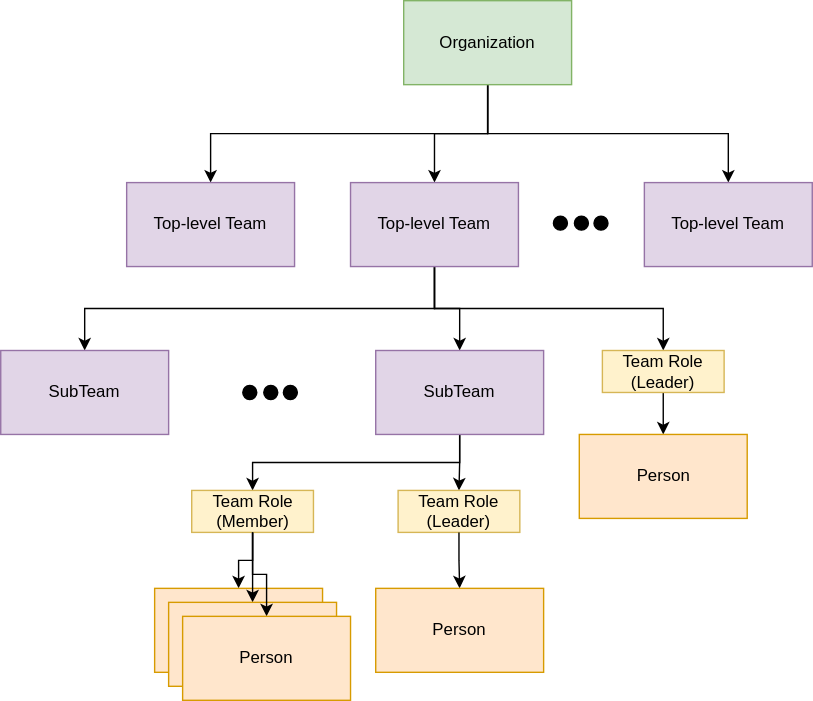
This is site/docs/features/people-roles-organizations/organization-structure.svg from odpi/egeria-docs, a draw.io export, as it was before one commit. Source tidied: cells renumbered, new cells last; positions are measured from the earlier drawing's top-left corner, leaving out a move shared by most shapes. Its diagram source:
```xml
<mxGraphModel>
  <root>
    <mxCell id="0" />
    <mxCell id="1" parent="0" />
    <mxCell id="2" style="edgeStyle=orthogonalEdgeStyle;rounded=0;jettySize=auto;html=1;exitX=0.5;exitY=1;exitDx=0;exitDy=0;" parent="1" edge="1" source="5" target="6">
      <mxGeometry relative="1" as="geometry" />
    </mxCell>
    <mxCell id="3" style="edgeStyle=orthogonalEdgeStyle;rounded=0;jettySize=auto;html=1;exitX=0.5;exitY=1;exitDx=0;exitDy=0;" parent="1" edge="1" source="5" target="10">
      <mxGeometry relative="1" as="geometry" />
    </mxCell>
    <mxCell id="4" style="edgeStyle=orthogonalEdgeStyle;rounded=0;jettySize=auto;html=1;exitX=0.5;exitY=1;exitDx=0;exitDy=0;" parent="1" edge="1" source="5" target="11">
      <mxGeometry relative="1" as="geometry" />
    </mxCell>
    <mxCell id="5" value="Organization" style="rounded=0;whiteSpace=wrap;html=1;fillColor=#d5e8d4;strokeColor=#82b366;" parent="1" vertex="1">
      <mxGeometry x="288" width="120" height="60" as="geometry" />
    </mxCell>
    <mxCell id="6" value="Top-level Team" style="rounded=0;whiteSpace=wrap;html=1;fillColor=#e1d5e7;strokeColor=#9673a6;" parent="1" vertex="1">
      <mxGeometry x="90" y="130" width="120" height="60" as="geometry" />
    </mxCell>
    <mxCell id="7" style="edgeStyle=orthogonalEdgeStyle;rounded=0;jettySize=auto;html=1;exitX=0.5;exitY=1;exitDx=0;exitDy=0;" parent="1" edge="1" source="10" target="14">
      <mxGeometry relative="1" as="geometry">
        <Array as="points">
          <mxPoint x="310" y="220" />
          <mxPoint x="60" y="220" />
        </Array>
      </mxGeometry>
    </mxCell>
    <mxCell id="8" style="edgeStyle=orthogonalEdgeStyle;rounded=0;jettySize=auto;html=1;exitX=0.5;exitY=1;exitDx=0;exitDy=0;entryX=0.5;entryY=0;entryDx=0;entryDy=0;" parent="1" edge="1" source="10" target="17">
      <mxGeometry relative="1" as="geometry">
        <Array as="points">
          <mxPoint x="310" y="220" />
          <mxPoint x="328" y="220" />
        </Array>
      </mxGeometry>
    </mxCell>
    <mxCell id="9" style="edgeStyle=orthogonalEdgeStyle;rounded=0;jettySize=auto;html=1;exitX=0.5;exitY=1;exitDx=0;exitDy=0;" parent="1" edge="1" source="10" target="13">
      <mxGeometry relative="1" as="geometry" />
    </mxCell>
    <mxCell id="10" value="Top-level Team" style="rounded=0;whiteSpace=wrap;html=1;fillColor=#e1d5e7;strokeColor=#9673a6;" parent="1" vertex="1">
      <mxGeometry x="250" y="130" width="120" height="60" as="geometry" />
    </mxCell>
    <mxCell id="11" value="Top-level Team" style="rounded=0;whiteSpace=wrap;html=1;fillColor=#e1d5e7;strokeColor=#9673a6;" parent="1" vertex="1">
      <mxGeometry x="460" y="130" width="120" height="60" as="geometry" />
    </mxCell>
    <mxCell id="12" style="edgeStyle=orthogonalEdgeStyle;rounded=0;jettySize=auto;html=1;exitX=0.5;exitY=1;exitDx=0;exitDy=0;" parent="1" edge="1" source="13" target="18">
      <mxGeometry relative="1" as="geometry" />
    </mxCell>
    <mxCell id="13" value="Team Role&lt;br&gt;(Leader)" style="rounded=0;whiteSpace=wrap;html=1;fillColor=#fff2cc;strokeColor=#d6b656;" parent="1" vertex="1">
      <mxGeometry x="430" y="250" width="87" height="30" as="geometry" />
    </mxCell>
    <mxCell id="14" value="SubTeam" style="rounded=0;whiteSpace=wrap;html=1;fillColor=#e1d5e7;strokeColor=#9673a6;" parent="1" vertex="1">
      <mxGeometry y="250" width="120" height="60" as="geometry" />
    </mxCell>
    <mxCell id="15" style="edgeStyle=orthogonalEdgeStyle;rounded=0;jettySize=auto;html=1;exitX=0.5;exitY=1;exitDx=0;exitDy=0;" parent="1" edge="1" source="17" target="20">
      <mxGeometry relative="1" as="geometry" />
    </mxCell>
    <mxCell id="16" style="edgeStyle=orthogonalEdgeStyle;rounded=0;jettySize=auto;html=1;exitX=0.5;exitY=1;exitDx=0;exitDy=0;" parent="1" edge="1" source="17" target="19">
      <mxGeometry relative="1" as="geometry" />
    </mxCell>
    <mxCell id="17" value="SubTeam" style="rounded=0;whiteSpace=wrap;html=1;fillColor=#e1d5e7;strokeColor=#9673a6;" parent="1" vertex="1">
      <mxGeometry x="268" y="250" width="120" height="60" as="geometry" />
    </mxCell>
    <mxCell id="18" value="Person" style="rounded=0;whiteSpace=wrap;html=1;fillColor=#ffe6cc;strokeColor=#d79b00;" parent="1" vertex="1">
      <mxGeometry x="413.5" y="310" width="120" height="60" as="geometry" />
    </mxCell>
    <mxCell id="19" value="Team Role&lt;br&gt;(Member)" style="rounded=0;whiteSpace=wrap;html=1;fillColor=#fff2cc;strokeColor=#d6b656;" parent="1" vertex="1">
      <mxGeometry x="136.5" y="350" width="87" height="30" as="geometry" />
    </mxCell>
    <mxCell id="20" value="Team Role&lt;br&gt;(Leader)" style="rounded=0;whiteSpace=wrap;html=1;fillColor=#fff2cc;strokeColor=#d6b656;" parent="1" vertex="1">
      <mxGeometry x="284" y="350" width="87" height="30" as="geometry" />
    </mxCell>
    <mxCell id="21" style="edgeStyle=orthogonalEdgeStyle;rounded=0;jettySize=auto;html=1;" parent="1" edge="1" source="20" target="22">
      <mxGeometry relative="1" as="geometry" />
    </mxCell>
    <mxCell id="22" value="Person" style="rounded=0;whiteSpace=wrap;html=1;fillColor=#ffe6cc;strokeColor=#d79b00;" parent="1" vertex="1">
      <mxGeometry x="268" y="420" width="120" height="60" as="geometry" />
    </mxCell>
    <mxCell id="23" style="edgeStyle=orthogonalEdgeStyle;rounded=0;jettySize=auto;html=1;" parent="1" edge="1" source="19" target="24">
      <mxGeometry relative="1" as="geometry" />
    </mxCell>
    <mxCell id="24" value="Person" style="rounded=0;whiteSpace=wrap;html=1;fillColor=#ffe6cc;strokeColor=#d79b00;" parent="1" vertex="1">
      <mxGeometry x="110" y="420" width="120" height="60" as="geometry" />
    </mxCell>
    <mxCell id="25" style="edgeStyle=orthogonalEdgeStyle;rounded=0;jettySize=auto;html=1;" parent="1" edge="1" source="19" target="26">
      <mxGeometry relative="1" as="geometry" />
    </mxCell>
    <mxCell id="26" value="Person" style="rounded=0;whiteSpace=wrap;html=1;fillColor=#ffe6cc;strokeColor=#d79b00;" parent="1" vertex="1">
      <mxGeometry x="120" y="430" width="120" height="60" as="geometry" />
    </mxCell>
    <mxCell id="27" style="edgeStyle=orthogonalEdgeStyle;rounded=0;jettySize=auto;html=1;" parent="1" edge="1" source="19" target="28">
      <mxGeometry relative="1" as="geometry" />
    </mxCell>
    <mxCell id="28" value="Person" style="rounded=0;whiteSpace=wrap;html=1;fillColor=#ffe6cc;strokeColor=#d79b00;" parent="1" vertex="1">
      <mxGeometry x="130" y="440" width="120" height="60" as="geometry" />
    </mxCell>
    <mxCell id="29" style="group;" parent="1" vertex="1">
      <mxGeometry x="395" y="154" width="39" height="10" as="geometry" />
    </mxCell>
    <mxCell id="30" style="ellipse;whiteSpace=wrap;html=1;fillColor=#000000;" parent="29" vertex="1">
      <mxGeometry width="10" height="10" as="geometry" />
    </mxCell>
    <mxCell id="31" style="ellipse;whiteSpace=wrap;html=1;fillColor=#000000;" parent="29" vertex="1">
      <mxGeometry x="15" width="10" height="10" as="geometry" />
    </mxCell>
    <mxCell id="32" style="ellipse;whiteSpace=wrap;html=1;fillColor=#000000;" parent="29" vertex="1">
      <mxGeometry x="29" width="10" height="10" as="geometry" />
    </mxCell>
    <mxCell id="33" style="group;" parent="1" vertex="1">
      <mxGeometry x="173" y="275" width="39" height="10" as="geometry" />
    </mxCell>
    <mxCell id="34" style="ellipse;whiteSpace=wrap;html=1;fillColor=#000000;" parent="33" vertex="1">
      <mxGeometry width="10" height="10" as="geometry" />
    </mxCell>
    <mxCell id="35" style="ellipse;whiteSpace=wrap;html=1;fillColor=#000000;" parent="33" vertex="1">
      <mxGeometry x="15" width="10" height="10" as="geometry" />
    </mxCell>
    <mxCell id="36" style="ellipse;whiteSpace=wrap;html=1;fillColor=#000000;" parent="33" vertex="1">
      <mxGeometry x="29" width="10" height="10" as="geometry" />
    </mxCell>
  </root>
</mxGraphModel>
```
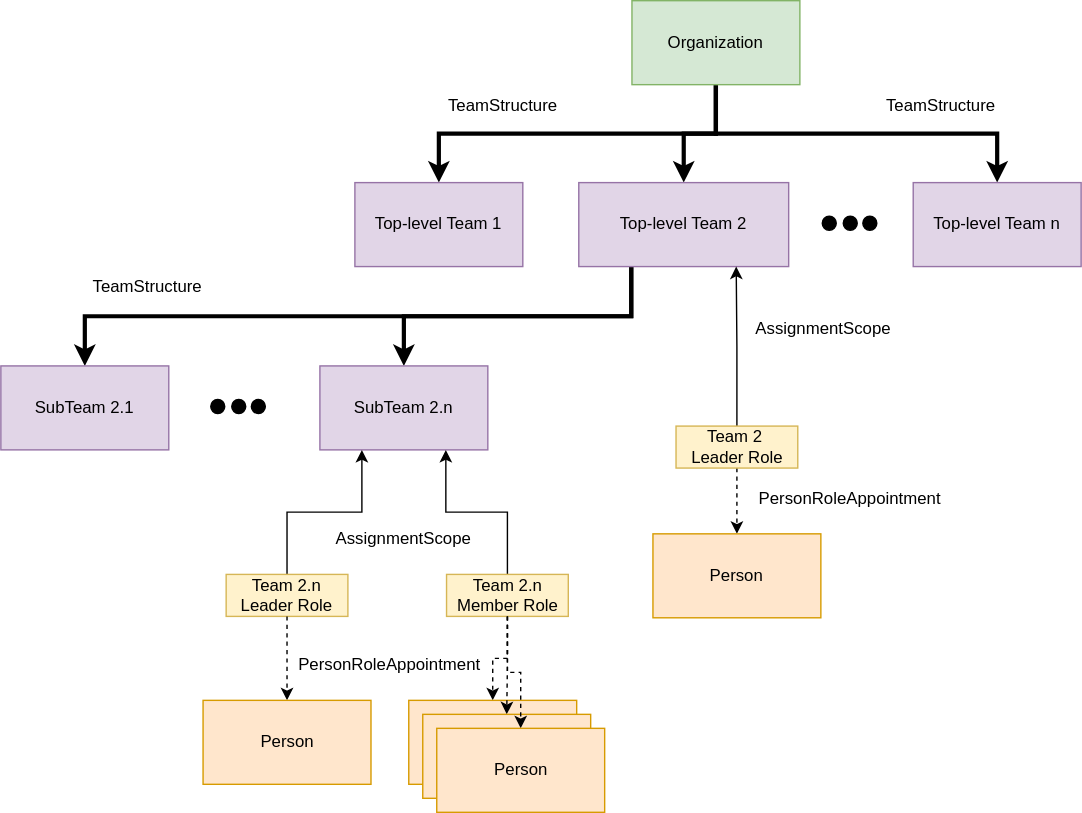
After the change.

Change to the diagram source:
```diff
@@ -2,99 +2,89 @@
   <root>
     <mxCell id="0" />
     <mxCell id="1" parent="0" />
-    <mxCell id="2" style="edgeStyle=orthogonalEdgeStyle;rounded=0;jettySize=auto;html=1;exitX=0.5;exitY=1;exitDx=0;exitDy=0;" parent="1" edge="1" source="5" target="6">
+    <mxCell id="2" style="edgeStyle=orthogonalEdgeStyle;rounded=0;jettySize=auto;html=1;exitX=0.5;exitY=1;exitDx=0;exitDy=0;strokeWidth=3;" parent="1" edge="1" source="5" target="6">
       <mxGeometry relative="1" as="geometry" />
     </mxCell>
-    <mxCell id="3" style="edgeStyle=orthogonalEdgeStyle;rounded=0;jettySize=auto;html=1;exitX=0.5;exitY=1;exitDx=0;exitDy=0;" parent="1" edge="1" source="5" target="10">
+    <mxCell id="3" style="edgeStyle=orthogonalEdgeStyle;rounded=0;jettySize=auto;html=1;exitX=0.5;exitY=1;exitDx=0;exitDy=0;strokeWidth=3;" parent="1" edge="1" source="5" target="9">
       <mxGeometry relative="1" as="geometry" />
     </mxCell>
-    <mxCell id="4" style="edgeStyle=orthogonalEdgeStyle;rounded=0;jettySize=auto;html=1;exitX=0.5;exitY=1;exitDx=0;exitDy=0;" parent="1" edge="1" source="5" target="11">
+    <mxCell id="4" style="edgeStyle=orthogonalEdgeStyle;rounded=0;jettySize=auto;html=1;exitX=0.5;exitY=1;exitDx=0;exitDy=0;strokeWidth=3;" parent="1" edge="1" source="5" target="10">
       <mxGeometry relative="1" as="geometry" />
     </mxCell>
     <mxCell id="5" value="Organization" style="rounded=0;whiteSpace=wrap;html=1;fillColor=#d5e8d4;strokeColor=#82b366;" parent="1" vertex="1">
       <mxGeometry x="288" width="120" height="60" as="geometry" />
     </mxCell>
-    <mxCell id="6" value="Top-level Team" style="rounded=0;whiteSpace=wrap;html=1;fillColor=#e1d5e7;strokeColor=#9673a6;" parent="1" vertex="1">
+    <mxCell id="6" value="Top-level Team 1" style="rounded=0;whiteSpace=wrap;html=1;fillColor=#e1d5e7;strokeColor=#9673a6;" parent="1" vertex="1">
       <mxGeometry x="90" y="130" width="120" height="60" as="geometry" />
     </mxCell>
-    <mxCell id="7" style="edgeStyle=orthogonalEdgeStyle;rounded=0;jettySize=auto;html=1;exitX=0.5;exitY=1;exitDx=0;exitDy=0;" parent="1" edge="1" source="10" target="14">
-      <mxGeometry relative="1" as="geometry">
-        <Array as="points">
-          <mxPoint x="310" y="220" />
-          <mxPoint x="60" y="220" />
-        </Array>
-      </mxGeometry>
+    <mxCell id="7" style="edgeStyle=orthogonalEdgeStyle;rounded=0;jettySize=auto;html=1;exitX=0.25;exitY=1;exitDx=0;exitDy=0;entryX=0.5;entryY=0;entryDx=0;entryDy=0;strokeWidth=3;" parent="1" edge="1" source="9" target="15">
+      <mxGeometry relative="1" as="geometry" />
     </mxCell>
-    <mxCell id="8" style="edgeStyle=orthogonalEdgeStyle;rounded=0;jettySize=auto;html=1;exitX=0.5;exitY=1;exitDx=0;exitDy=0;entryX=0.5;entryY=0;entryDx=0;entryDy=0;" parent="1" edge="1" source="10" target="17">
-      <mxGeometry relative="1" as="geometry">
-        <Array as="points">
-          <mxPoint x="310" y="220" />
-          <mxPoint x="328" y="220" />
-        </Array>
-      </mxGeometry>
+    <mxCell id="8" style="edgeStyle=orthogonalEdgeStyle;rounded=0;jettySize=auto;html=1;exitX=0.25;exitY=1;exitDx=0;exitDy=0;entryX=0.5;entryY=0;entryDx=0;entryDy=0;strokeWidth=3;" parent="1" edge="1" source="9" target="14">
+      <mxGeometry relative="1" as="geometry" />
     </mxCell>
-    <mxCell id="9" style="edgeStyle=orthogonalEdgeStyle;rounded=0;jettySize=auto;html=1;exitX=0.5;exitY=1;exitDx=0;exitDy=0;" parent="1" edge="1" source="10" target="13">
-      <mxGeometry relative="1" as="geometry" />
+    <mxCell id="9" value="Top-level Team 2" style="rounded=0;whiteSpace=wrap;html=1;fillColor=#e1d5e7;strokeColor=#9673a6;" parent="1" vertex="1">
+      <mxGeometry x="250" y="130" width="150" height="60" as="geometry" />
     </mxCell>
-    <mxCell id="10" value="Top-level Team" style="rounded=0;whiteSpace=wrap;html=1;fillColor=#e1d5e7;strokeColor=#9673a6;" parent="1" vertex="1">
-      <mxGeometry x="250" y="130" width="120" height="60" as="geometry" />
+    <mxCell id="10" value="Top-level Team n" style="rounded=0;whiteSpace=wrap;html=1;fillColor=#e1d5e7;strokeColor=#9673a6;" parent="1" vertex="1">
+      <mxGeometry x="489" y="130" width="120" height="60" as="geometry" />
     </mxCell>
-    <mxCell id="11" value="Top-level Team" style="rounded=0;whiteSpace=wrap;html=1;fillColor=#e1d5e7;strokeColor=#9673a6;" parent="1" vertex="1">
-      <mxGeometry x="460" y="130" width="120" height="60" as="geometry" />
+    <mxCell id="11" style="edgeStyle=orthogonalEdgeStyle;rounded=0;jettySize=auto;html=1;exitX=0.5;exitY=0;exitDx=0;exitDy=0;entryX=0.75;entryY=1;entryDx=0;entryDy=0;" parent="1" edge="1" source="13" target="9">
+      <mxGeometry relative="1" as="geometry" />
     </mxCell>
-    <mxCell id="12" style="edgeStyle=orthogonalEdgeStyle;rounded=0;jettySize=auto;html=1;exitX=0.5;exitY=1;exitDx=0;exitDy=0;" parent="1" edge="1" source="13" target="18">
+    <mxCell id="12" style="edgeStyle=orthogonalEdgeStyle;rounded=0;jettySize=auto;html=1;exitX=0.5;exitY=1;exitDx=0;exitDy=0;dashed=1;" parent="1" edge="1" source="13" target="16">
       <mxGeometry relative="1" as="geometry" />
     </mxCell>
-    <mxCell id="13" value="Team Role&lt;br&gt;(Leader)" style="rounded=0;whiteSpace=wrap;html=1;fillColor=#fff2cc;strokeColor=#d6b656;" parent="1" vertex="1">
-      <mxGeometry x="430" y="250" width="87" height="30" as="geometry" />
+    <mxCell id="13" value="Team 2&amp;nbsp;&lt;div&gt;Leader Role&lt;/div&gt;" style="rounded=0;whiteSpace=wrap;html=1;fillColor=#fff2cc;strokeColor=#d6b656;" parent="1" vertex="1">
+      <mxGeometry x="319.5" y="304" width="87" height="30" as="geometry" />
     </mxCell>
-    <mxCell id="14" value="SubTeam" style="rounded=0;whiteSpace=wrap;html=1;fillColor=#e1d5e7;strokeColor=#9673a6;" parent="1" vertex="1">
-      <mxGeometry y="250" width="120" height="60" as="geometry" />
+    <mxCell id="14" value="SubTeam 2.1" style="rounded=0;whiteSpace=wrap;html=1;fillColor=#e1d5e7;strokeColor=#9673a6;" parent="1" vertex="1">
+      <mxGeometry x="-163" y="261" width="120" height="60" as="geometry" />
     </mxCell>
-    <mxCell id="15" style="edgeStyle=orthogonalEdgeStyle;rounded=0;jettySize=auto;html=1;exitX=0.5;exitY=1;exitDx=0;exitDy=0;" parent="1" edge="1" source="17" target="20">
-      <mxGeometry relative="1" as="geometry" />
+    <mxCell id="15" value="SubTeam 2.n" style="rounded=0;whiteSpace=wrap;html=1;fillColor=#e1d5e7;strokeColor=#9673a6;" parent="1" vertex="1">
+      <mxGeometry x="65" y="261" width="120" height="60" as="geometry" />
     </mxCell>
-    <mxCell id="16" style="edgeStyle=orthogonalEdgeStyle;rounded=0;jettySize=auto;html=1;exitX=0.5;exitY=1;exitDx=0;exitDy=0;" parent="1" edge="1" source="17" target="19">
-      <mxGeometry relative="1" as="geometry" />
+    <mxCell id="16" value="Person" style="rounded=0;whiteSpace=wrap;html=1;fillColor=#ffe6cc;strokeColor=#d79b00;" parent="1" vertex="1">
+      <mxGeometry x="303" y="381" width="120" height="60" as="geometry" />
     </mxCell>
-    <mxCell id="17" value="SubTeam" style="rounded=0;whiteSpace=wrap;html=1;fillColor=#e1d5e7;strokeColor=#9673a6;" parent="1" vertex="1">
-      <mxGeometry x="268" y="250" width="120" height="60" as="geometry" />
+    <mxCell id="17" style="edgeStyle=orthogonalEdgeStyle;rounded=0;jettySize=auto;html=1;exitX=0.5;exitY=0;exitDx=0;exitDy=0;entryX=0.75;entryY=1;entryDx=0;entryDy=0;" parent="1" edge="1" source="18" target="15">
+      <mxGeometry relative="1" as="geometry" />
     </mxCell>
-    <mxCell id="18" value="Person" style="rounded=0;whiteSpace=wrap;html=1;fillColor=#ffe6cc;strokeColor=#d79b00;" parent="1" vertex="1">
-      <mxGeometry x="413.5" y="310" width="120" height="60" as="geometry" />
+    <mxCell id="18" value="Team 2.n Member Role" style="rounded=0;whiteSpace=wrap;html=1;fillColor=#fff2cc;strokeColor=#d6b656;" parent="1" vertex="1">
+      <mxGeometry x="155.5" y="410" width="87" height="30" as="geometry" />
     </mxCell>
-    <mxCell id="19" value="Team Role&lt;br&gt;(Member)" style="rounded=0;whiteSpace=wrap;html=1;fillColor=#fff2cc;strokeColor=#d6b656;" parent="1" vertex="1">
-      <mxGeometry x="136.5" y="350" width="87" height="30" as="geometry" />
+    <mxCell id="19" style="edgeStyle=orthogonalEdgeStyle;rounded=0;jettySize=auto;html=1;exitX=0.5;exitY=0;exitDx=0;exitDy=0;entryX=0.25;entryY=1;entryDx=0;entryDy=0;" parent="1" edge="1" source="20" target="15">
+      <mxGeometry relative="1" as="geometry" />
     </mxCell>
-    <mxCell id="20" value="Team Role&lt;br&gt;(Leader)" style="rounded=0;whiteSpace=wrap;html=1;fillColor=#fff2cc;strokeColor=#d6b656;" parent="1" vertex="1">
-      <mxGeometry x="284" y="350" width="87" height="30" as="geometry" />
+    <mxCell id="20" value="Team 2.n Leader Role" style="rounded=0;whiteSpace=wrap;html=1;fillColor=#fff2cc;strokeColor=#d6b656;" parent="1" vertex="1">
+      <mxGeometry x="-2" y="410" width="87" height="30" as="geometry" />
     </mxCell>
-    <mxCell id="21" style="edgeStyle=orthogonalEdgeStyle;rounded=0;jettySize=auto;html=1;" parent="1" edge="1" source="20" target="22">
+    <mxCell id="21" style="edgeStyle=orthogonalEdgeStyle;rounded=0;jettySize=auto;html=1;dashed=1;" parent="1" edge="1" source="20" target="22">
       <mxGeometry relative="1" as="geometry" />
     </mxCell>
     <mxCell id="22" value="Person" style="rounded=0;whiteSpace=wrap;html=1;fillColor=#ffe6cc;strokeColor=#d79b00;" parent="1" vertex="1">
-      <mxGeometry x="268" y="420" width="120" height="60" as="geometry" />
+      <mxGeometry x="-18.5" y="500" width="120" height="60" as="geometry" />
     </mxCell>
-    <mxCell id="23" style="edgeStyle=orthogonalEdgeStyle;rounded=0;jettySize=auto;html=1;" parent="1" edge="1" source="19" target="24">
+    <mxCell id="23" style="edgeStyle=orthogonalEdgeStyle;rounded=0;jettySize=auto;html=1;dashed=1;" parent="1" edge="1" source="18" target="24">
       <mxGeometry relative="1" as="geometry" />
     </mxCell>
     <mxCell id="24" value="Person" style="rounded=0;whiteSpace=wrap;html=1;fillColor=#ffe6cc;strokeColor=#d79b00;" parent="1" vertex="1">
-      <mxGeometry x="110" y="420" width="120" height="60" as="geometry" />
+      <mxGeometry x="128.5" y="500" width="120" height="60" as="geometry" />
     </mxCell>
-    <mxCell id="25" style="edgeStyle=orthogonalEdgeStyle;rounded=0;jettySize=auto;html=1;" parent="1" edge="1" source="19" target="26">
+    <mxCell id="25" style="edgeStyle=orthogonalEdgeStyle;rounded=0;jettySize=auto;html=1;dashed=1;" parent="1" edge="1" source="18" target="26">
       <mxGeometry relative="1" as="geometry" />
     </mxCell>
     <mxCell id="26" value="Person" style="rounded=0;whiteSpace=wrap;html=1;fillColor=#ffe6cc;strokeColor=#d79b00;" parent="1" vertex="1">
-      <mxGeometry x="120" y="430" width="120" height="60" as="geometry" />
+      <mxGeometry x="138.5" y="510" width="120" height="60" as="geometry" />
     </mxCell>
-    <mxCell id="27" style="edgeStyle=orthogonalEdgeStyle;rounded=0;jettySize=auto;html=1;" parent="1" edge="1" source="19" target="28">
+    <mxCell id="27" style="edgeStyle=orthogonalEdgeStyle;rounded=0;jettySize=auto;html=1;dashed=1;" parent="1" edge="1" source="18" target="28">
       <mxGeometry relative="1" as="geometry" />
     </mxCell>
     <mxCell id="28" value="Person" style="rounded=0;whiteSpace=wrap;html=1;fillColor=#ffe6cc;strokeColor=#d79b00;" parent="1" vertex="1">
-      <mxGeometry x="130" y="440" width="120" height="60" as="geometry" />
+      <mxGeometry x="148.5" y="520" width="120" height="60" as="geometry" />
     </mxCell>
     <mxCell id="29" style="group;" parent="1" vertex="1">
-      <mxGeometry x="395" y="154" width="39" height="10" as="geometry" />
+      <mxGeometry x="424" y="154" width="39" height="10" as="geometry" />
     </mxCell>
     <mxCell id="30" style="ellipse;whiteSpace=wrap;html=1;fillColor=#000000;" parent="29" vertex="1">
       <mxGeometry width="10" height="10" as="geometry" />
@@ -106,7 +96,7 @@
       <mxGeometry x="29" width="10" height="10" as="geometry" />
     </mxCell>
     <mxCell id="33" style="group;" parent="1" vertex="1">
-      <mxGeometry x="173" y="275" width="39" height="10" as="geometry" />
+      <mxGeometry x="-13" y="285" width="39" height="10" as="geometry" />
     </mxCell>
     <mxCell id="34" style="ellipse;whiteSpace=wrap;html=1;fillColor=#000000;" parent="33" vertex="1">
       <mxGeometry width="10" height="10" as="geometry" />
@@ -117,5 +107,26 @@
     <mxCell id="36" style="ellipse;whiteSpace=wrap;html=1;fillColor=#000000;" parent="33" vertex="1">
       <mxGeometry x="29" width="10" height="10" as="geometry" />
     </mxCell>
+    <mxCell id="37" value="PersonRoleAppointment" style="text;html=1;whiteSpace=wrap;strokeColor=none;fillColor=none;align=center;verticalAlign=middle;rounded=0;" parent="1" vertex="1">
+      <mxGeometry x="369" y="341" width="150" height="30" as="geometry" />
+    </mxCell>
+    <mxCell id="38" value="AssignmentScope" style="text;html=1;whiteSpace=wrap;strokeColor=none;fillColor=none;align=center;verticalAlign=middle;rounded=0;" parent="1" vertex="1">
+      <mxGeometry x="380" y="220" width="90" height="30" as="geometry" />
+    </mxCell>
+    <mxCell id="39" value="TeamStructure" style="text;html=1;whiteSpace=wrap;strokeColor=none;fillColor=none;align=center;verticalAlign=middle;rounded=0;" parent="1" vertex="1">
+      <mxGeometry x="-103" y="190" width="90" height="30" as="geometry" />
+    </mxCell>
+    <mxCell id="40" value="TeamStructure" style="text;html=1;whiteSpace=wrap;strokeColor=none;fillColor=none;align=center;verticalAlign=middle;rounded=0;" parent="1" vertex="1">
+      <mxGeometry x="151" y="60" width="90" height="30" as="geometry" />
+    </mxCell>
+    <mxCell id="41" value="TeamStructure" style="text;html=1;whiteSpace=wrap;strokeColor=none;fillColor=none;align=center;verticalAlign=middle;rounded=0;" parent="1" vertex="1">
+      <mxGeometry x="464" y="60" width="90" height="30" as="geometry" />
+    </mxCell>
+    <mxCell id="42" value="AssignmentScope" style="text;html=1;whiteSpace=wrap;strokeColor=none;fillColor=none;align=center;verticalAlign=middle;rounded=0;" parent="1" vertex="1">
+      <mxGeometry x="80" y="370" width="90" height="30" as="geometry" />
+    </mxCell>
+    <mxCell id="43" value="PersonRoleAppointment" style="text;html=1;whiteSpace=wrap;strokeColor=none;fillColor=none;align=center;verticalAlign=middle;rounded=0;" parent="1" vertex="1">
+      <mxGeometry x="40" y="460" width="150" height="30" as="geometry" />
+    </mxCell>
   </root>
 </mxGraphModel>
```
